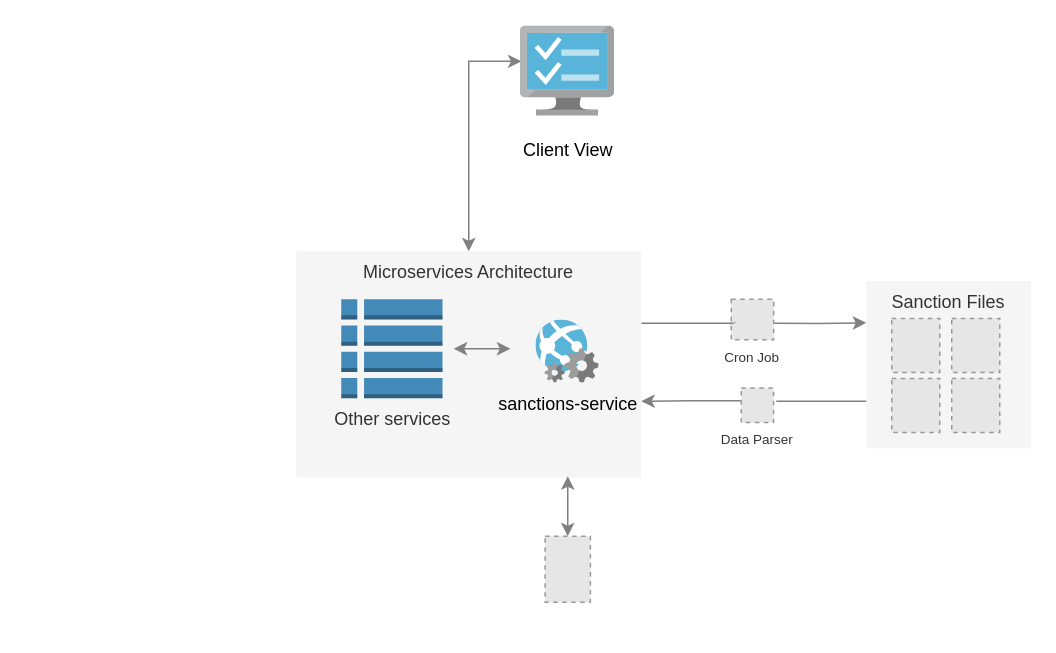
Natsukki/Graph keeps this draw.io diagram as Diagramme sans nom.drawio. Above is the earlier version. Source tidied: cells renumbered, new cells numbered last; positions are measured from the earlier drawing's top-left corner, leaving out a move shared by most shapes. Both pictures are drawn from the tidied source at 150%, with x=0, y=0 at pixel (296, 26). Pictures stored in the file or linked from it are replaced by grey dashed boxes.
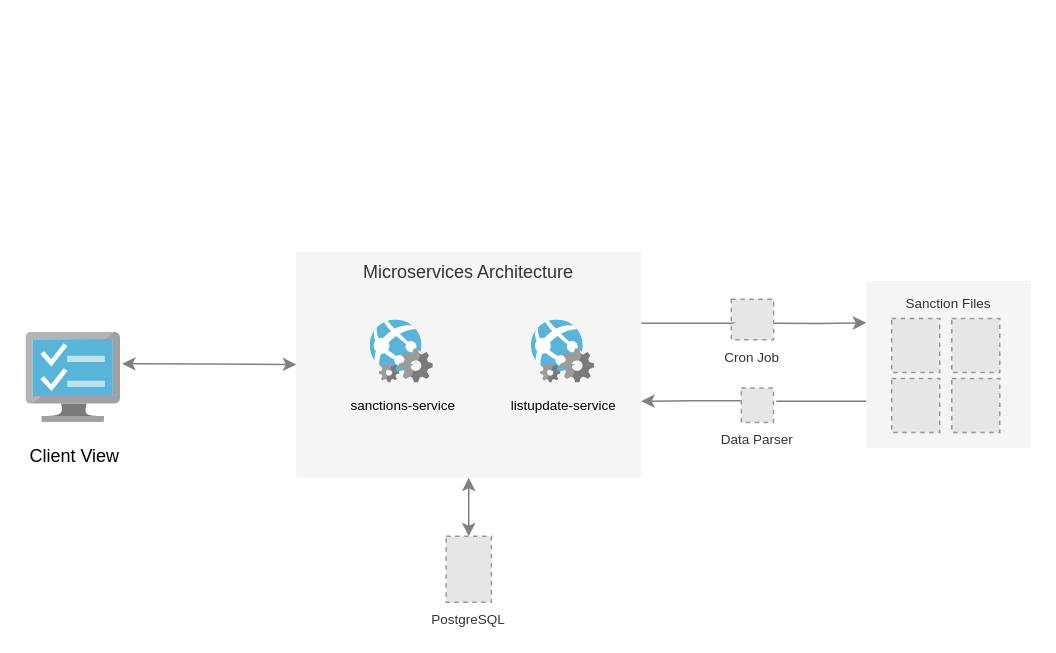
Above is the later version.

Commit message:
Mettre à jour Diagramme sans nom.drawio

The change refers to these unchanged cells:
```xml
<mxCell id="4" value="Microservices Architecture" style="rounded=0;whiteSpace=wrap;html=1;fillColor=#f5f5f5;strokeColor=none;fontColor=#333333;verticalAlign=top;" parent="1" vertex="1">
  <mxGeometry y="150" width="230" height="151" as="geometry" />
</mxCell>
<mxCell id="10" style="group;" parent="1" vertex="1">
  <mxGeometry x="380" y="169.8" width="110" height="111.5" as="geometry" />
</mxCell>
```

What changed in the source:
```diff
@@
-    <mxCell id="5" value="sanctions-service" style="html=1;perimeter=none;align=center;shadow=0;dashed=0;image;fontSize=12;image=img/lib/mscae/WebApp_WebJobs.svg;labelBackgroundColor=none;" parent="1" vertex="1">
-      <mxGeometry x="160" y="196" width="42" height="42" as="geometry" />
+    <mxCell id="5" value="&lt;font style=&quot;font-size: 9px;&quot;&gt;listupdate-service&lt;/font&gt;" style="html=1;perimeter=none;align=center;shadow=0;dashed=0;image;fontSize=12;image=img/lib/mscae/WebApp_WebJobs.svg;labelBackgroundColor=none;" parent="1" vertex="1">
+      <mxGeometry x="157" y="196" width="42" height="42" as="geometry" />
     </mxCell>
-    <mxCell id="6" style="edgeStyle=orthogonalEdgeStyle;rounded=0;orthogonalLoop=1;jettySize=auto;html=1;fontColor=#333333;entryX=-0.005;entryY=0.516;entryDx=0;entryDy=0;entryPerimeter=0;strokeColor=#808080;endArrow=classic;endFill=1;startArrow=classic;startFill=1;" parent="1" edge="1">
-      <mxGeometry relative="1" as="geometry">
-        <mxPoint x="105" y="215" as="sourcePoint" />
-        <mxPoint x="142.7" y="215" as="targetPoint" />
-      </mxGeometry>
-    </mxCell>
-    <mxCell id="7" value="&lt;span style=&quot;background-color: rgb(245, 245, 245);&quot;&gt;&lt;font color=&quot;#333333&quot;&gt;Other services&lt;/font&gt;&lt;/span&gt;" style="dashed=0;verticalLabelPosition=bottom;verticalAlign=top;align=center;html=1;shape=mxgraph.aws3.table;fillColor=#448AB8;gradientColor=none;labelBackgroundColor=none;fontColor=#768037;" parent="1" vertex="1">
-      <mxGeometry x="30" y="182" width="67.5" height="66" as="geometry" />
-    </mxCell>
-    <mxCell id="8" style="edgeStyle=orthogonalEdgeStyle;rounded=0;jettySize=auto;html=1;strokeColor=#808080;fontColor=#333333;startArrow=classic;startFill=1;endArrow=classic;endFill=1;exitX=0.01;exitY=0.39;exitDx=0;exitDy=0;exitPerimeter=0;" parent="1" edge="1" source="9" target="4">
+    <mxCell id="8" style="edgeStyle=orthogonalEdgeStyle;rounded=0;jettySize=auto;html=1;strokeColor=#808080;fontColor=#333333;startArrow=classic;startFill=1;endArrow=classic;endFill=1;exitX=1.014;exitY=0.348;exitDx=0;exitDy=0;exitPerimeter=0;" parent="1" edge="1" source="9" target="4">
       <mxGeometry relative="1" as="geometry" />
     </mxCell>
     <mxCell id="9" value="&lt;p style=&quot;line-height: 0.8;&quot;&gt;&lt;span style=&quot;background-color: rgb(255, 255, 255);&quot;&gt;Client View&lt;/span&gt;&lt;/p&gt;" style="html=1;perimeter=none;align=center;shadow=0;dashed=0;image;fontSize=12;image=img/lib/mscae/TaskVM.svg;" parent="1" vertex="1">
-      <mxGeometry x="149.5" width="63" height="60" as="geometry" />
+      <mxGeometry x="-180" y="204.2" width="63" height="60" as="geometry" />
     </mxCell>
@@
-    <mxCell id="11" value="Sanction Files" style="rounded=0;whiteSpace=wrap;html=1;fillColor=#f5f5f5;strokeColor=none;fontColor=#333333;verticalAlign=top;" parent="10" vertex="1">
+    <mxCell id="11" value="&lt;font style=&quot;font-size: 9px;&quot;&gt;Sanction Files&lt;/font&gt;" style="rounded=0;whiteSpace=wrap;html=1;fillColor=#f5f5f5;strokeColor=none;fontColor=#333333;verticalAlign=top;" parent="10" vertex="1">
       <mxGeometry width="110" height="111.5" as="geometry" />
     </mxCell>
@@
-    <mxCell id="16" style="edgeStyle=orthogonalEdgeStyle;rounded=0;jettySize=auto;html=1;strokeColor=#808080;fontColor=#333333;startArrow=classic;startFill=1;endArrow=classic;endFill=1;" parent="1" edge="1" source="17">
-      <mxGeometry relative="1" as="geometry">
-        <mxPoint x="181" y="300" as="targetPoint" />
-      </mxGeometry>
+    <mxCell id="16" style="edgeStyle=orthogonalEdgeStyle;rounded=0;jettySize=auto;html=1;strokeColor=#808080;fontColor=#333333;startArrow=classic;startFill=1;endArrow=classic;endFill=1;entryX=0.5;entryY=1;entryDx=0;entryDy=0;" parent="1" edge="1" source="17" target="4">
+      <mxGeometry relative="1" as="geometry" />
     </mxCell>
-    <mxCell id="17" style="fillColor=#E6E6E6;strokeColor=#999999;dashed=1;verticalLabelPosition=bottom;labelBackgroundColor=#ffffff;verticalAlign=top;fontColor=#333333;" parent="1" vertex="1">
-      <mxGeometry x="165.9" y="340" width="30.2" height="44" as="geometry" />
+    <mxCell id="17" value="PostgreSQL" style="fillColor=#E6E6E6;strokeColor=#999999;dashed=1;verticalLabelPosition=bottom;labelBackgroundColor=#ffffff;verticalAlign=top;fontColor=#333333;fontSize=9;" parent="1" vertex="1">
+      <mxGeometry x="99.9" y="340" width="30.2" height="44" as="geometry" />
     </mxCell>
@@
+    <mxCell id="23" value="&lt;font style=&quot;font-size: 9px;&quot;&gt;sanctions-service&lt;/font&gt;" style="html=1;perimeter=none;align=center;shadow=0;dashed=0;image;fontSize=12;image=img/lib/mscae/WebApp_WebJobs.svg;labelBackgroundColor=none;" parent="1" vertex="1">
+      <mxGeometry x="49.5" y="196" width="42" height="42" as="geometry" />
+    </mxCell>
```
